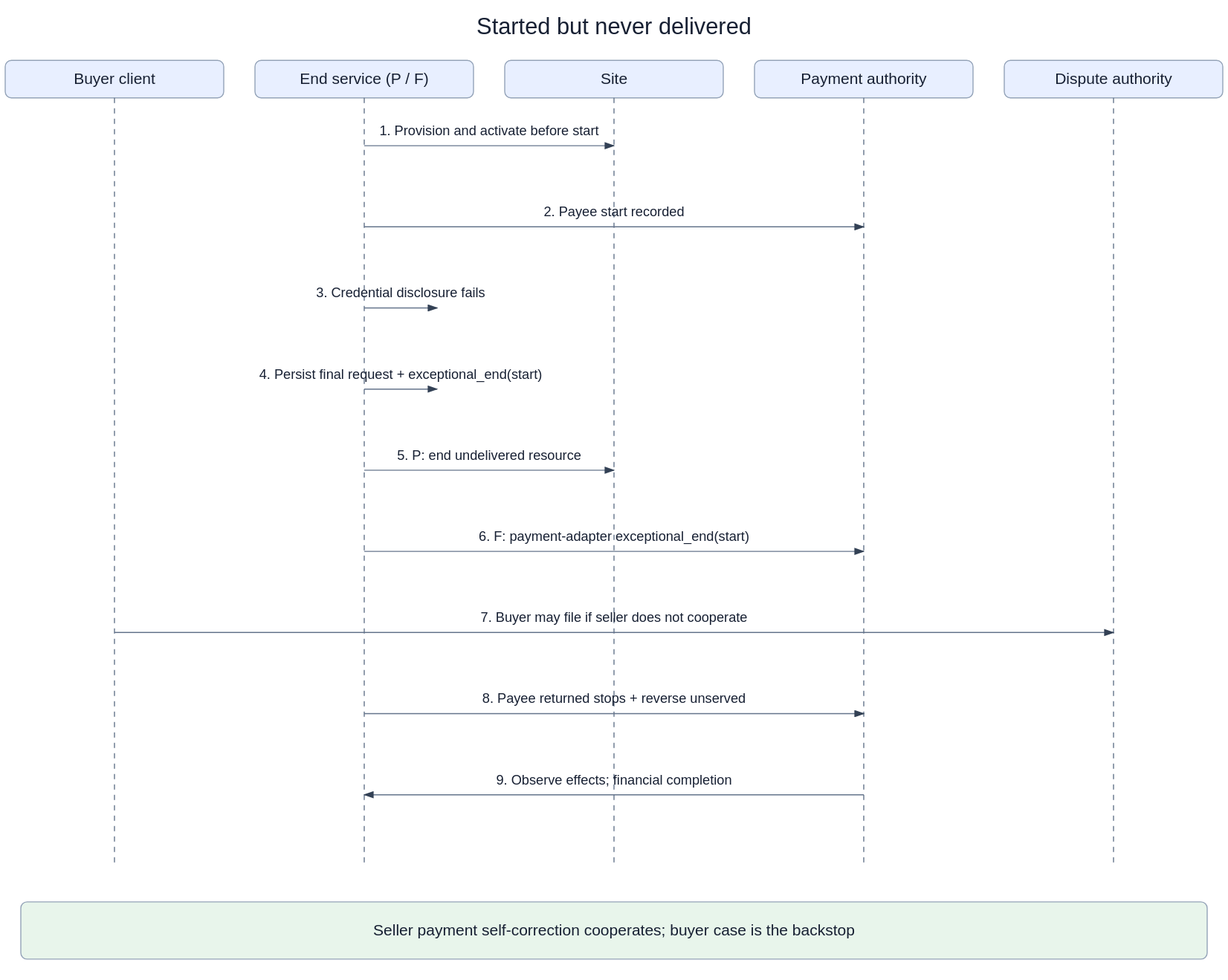
Earlier version of the draw.io export openspec/changes/converge-ongoing-compute-leases/diagrams/08-start-before-delivery.svg (arkhai-io/simple-compute-market). Source tidied: cells renumbered, new cells last; positions are measured from the earlier drawing's top-left corner, leaving out a move shared by most shapes.
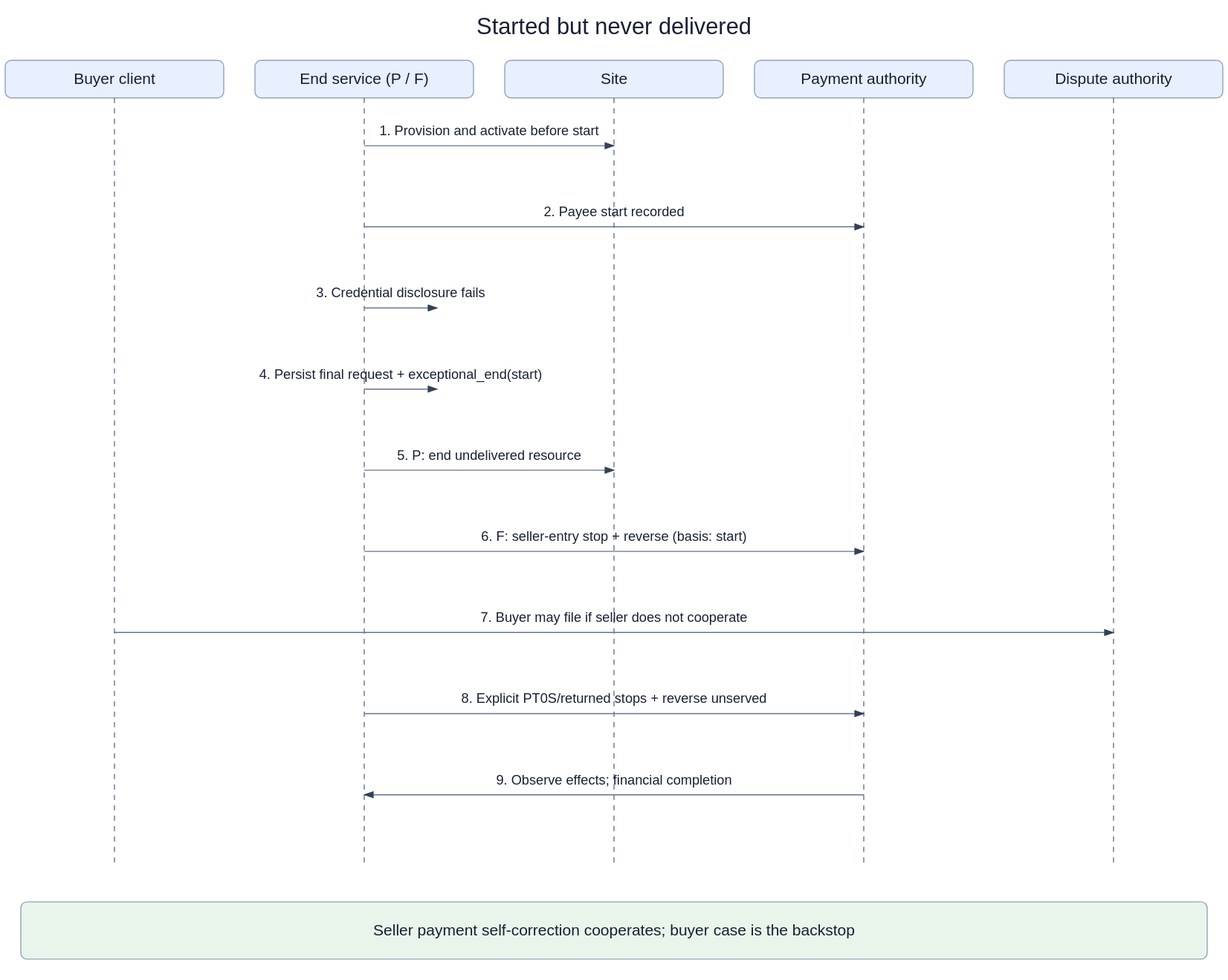
After the commit.

Change to the diagram source:
```diff
@@ -80,7 +80,7 @@
         <mxPoint x="585" y="442" as="targetPoint" />
       </mxGeometry>
     </mxCell>
-    <mxCell id="18" value="6. F: payment-adapter exceptional_end(start)" style="endArrow=block;fontSize=13;labelBackgroundColor=#ffffff;" parent="1" edge="1">
+    <mxCell id="18" value="6. F: seller-entry stop + reverse (basis: start)" style="endArrow=block;fontSize=13;labelBackgroundColor=#ffffff;" parent="1" edge="1">
       <mxGeometry relative="1" as="geometry">
         <mxPoint x="345" y="520" as="sourcePoint" />
         <mxPoint x="825" y="520" as="targetPoint" />
@@ -92,7 +92,7 @@
         <mxPoint x="1065" y="598" as="targetPoint" />
       </mxGeometry>
     </mxCell>
-    <mxCell id="20" value="8. Payee returned stops + reverse unserved" style="endArrow=block;fontSize=13;labelBackgroundColor=#ffffff;" parent="1" edge="1">
+    <mxCell id="20" value="8. Explicit PT0S/returned stops + reverse unserved" style="endArrow=block;fontSize=13;labelBackgroundColor=#ffffff;" parent="1" edge="1">
       <mxGeometry relative="1" as="geometry">
         <mxPoint x="345" y="676" as="sourcePoint" />
         <mxPoint x="825" y="676" as="targetPoint" />
```
